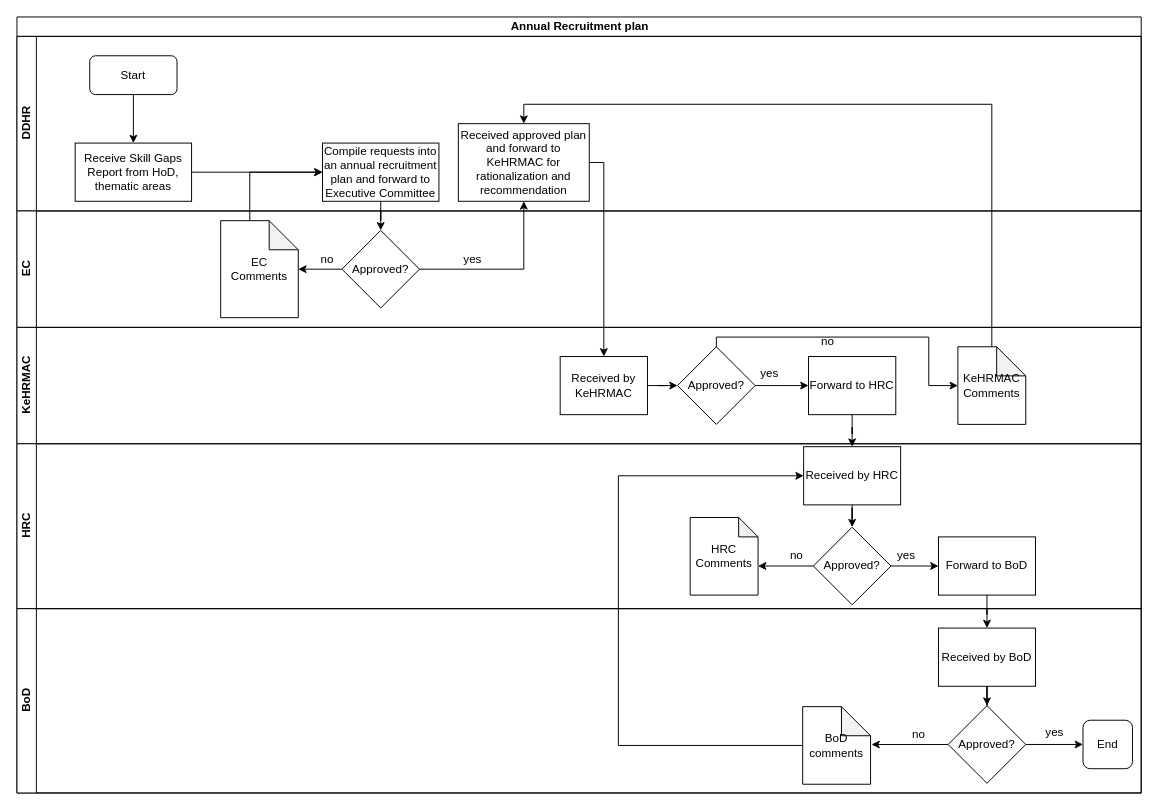
Before: KEFRI - Annual Recruitment Plan.drawio in kmagua/flowcharts, a draw.io diagram. Source tidied: cells renumbered, new cells numbered last; positions are measured from the earlier drawing's top-left corner, leaving out a move shared by most shapes. Both pictures are drawn from the tidied source at 97%, with x=0, y=0 at pixel (16, 16).
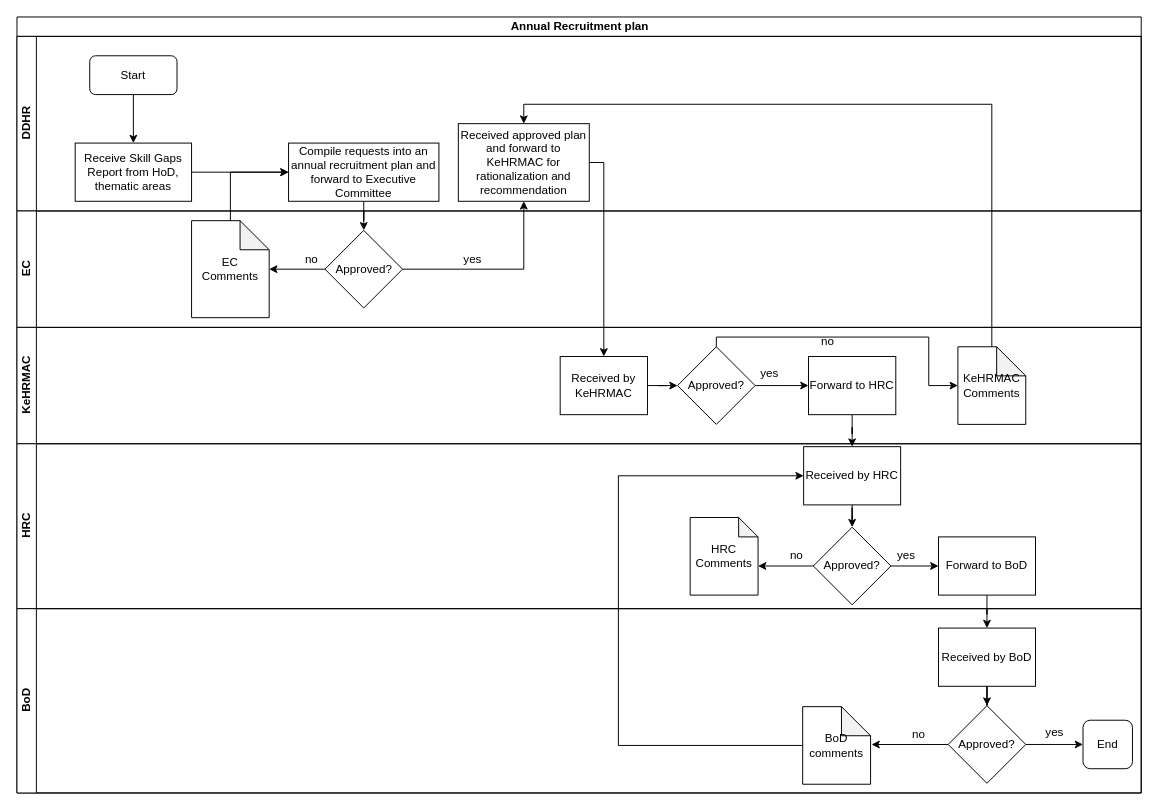
The same page after the edit.

Unchanged cells that the change refers to:
```xml
<mxCell id="8" value="EC" style="swimlane;html=1;startSize=20;horizontal=0;" parent="2" vertex="1">
  <mxGeometry y="200" width="1159" height="120" as="geometry" />
</mxCell>
```

The edit, as a diff of the source:
```diff
@@
     <mxCell id="9" value="Approved?" style="rhombus;whiteSpace=wrap;html=1;rounded=0;" parent="8" vertex="1">
-      <mxGeometry x="335" y="20" width="80" height="80" as="geometry" />
+      <mxGeometry x="317.5" y="20" width="80" height="80" as="geometry" />
     </mxCell>
     <mxCell id="10" value="EC Comments" style="shape=note;whiteSpace=wrap;html=1;backgroundOutline=1;darkOpacity=0.05;" parent="8" vertex="1">
-      <mxGeometry x="210" y="10" width="80" height="100" as="geometry" />
+      <mxGeometry x="180" y="10" width="80" height="100" as="geometry" />
     </mxCell>
@@
     <mxCell id="12" value="no" style="text;html=1;strokeColor=none;fillColor=none;align=center;verticalAlign=middle;whiteSpace=wrap;rounded=0;" parent="8" vertex="1">
-      <mxGeometry x="300" y="40" width="40" height="20" as="geometry" />
+      <mxGeometry x="284" y="40" width="40" height="20" as="geometry" />
     </mxCell>
@@
     <mxCell id="44" value="Compile requests into an annual recruitment plan and forward to Executive Committee" style="whiteSpace=wrap;html=1;rounded=0;" parent="1" vertex="1">
-      <mxGeometry x="315" y="130" width="120" height="60" as="geometry" />
+      <mxGeometry x="280" y="130" width="155" height="60" as="geometry" />
     </mxCell>
@@
-    <mxCell id="46" style="edgeStyle=orthogonalEdgeStyle;rounded=0;jettySize=auto;html=1;entryX=0;entryY=0.5;entryDx=0;entryDy=0;" parent="1" edge="1" source="10" target="44">
+    <mxCell id="46" style="edgeStyle=orthogonalEdgeStyle;rounded=0;jettySize=auto;html=1;entryX=0;entryY=0.5;entryDx=0;entryDy=0;exitX=0.5;exitY=0;exitDx=0;exitDy=0;exitPerimeter=0;" parent="1" edge="1" source="10" target="44">
       <mxGeometry relative="1" as="geometry">
         <Array as="points">
-          <mxPoint x="240" y="160" />
+          <mxPoint x="220" y="160" />
         </Array>
       </mxGeometry>
     </mxCell>
```
